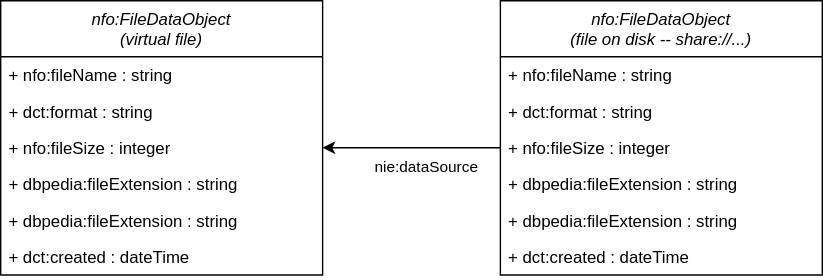
Earlier version of the draw.io export docs/data-model.svg (mu-semtech/file-service). Source tidied: cells renumbered, new cells last; positions are measured from the earlier drawing's top-left corner, leaving out a move shared by most shapes. Its diagram source:
```xml
<mxGraphModel>
  <root>
    <mxCell id="0" />
    <mxCell id="1" parent="0" />
    <mxCell id="2" value="nfo:FileDataObject&#10;(virtual file)" style="swimlane;fontStyle=2;horizontal=1;startSize=40;fillColor=none;" parent="1" vertex="1">
      <mxGeometry width="230" height="196" as="geometry" />
    </mxCell>
    <mxCell id="3" value="+ nfo:fileName : string" style="text;strokeColor=none;fillColor=none;align=left;verticalAlign=top;spacingLeft=4;spacingRight=4;overflow=hidden;" parent="2" vertex="1">
      <mxGeometry y="40" width="230" height="26" as="geometry" />
    </mxCell>
    <mxCell id="4" value="+ dct:format : string" style="text;strokeColor=none;fillColor=none;align=left;verticalAlign=top;spacingLeft=4;spacingRight=4;overflow=hidden;" parent="2" vertex="1">
      <mxGeometry y="66" width="230" height="26" as="geometry" />
    </mxCell>
    <mxCell id="5" value="+ nfo:fileSize : integer" style="text;strokeColor=none;fillColor=none;align=left;verticalAlign=top;spacingLeft=4;spacingRight=4;overflow=hidden;points=[[0,0.5],[1,0.5]];portConstraint=eastwest;" parent="2" vertex="1">
      <mxGeometry y="92" width="230" height="26" as="geometry" />
    </mxCell>
    <mxCell id="6" value="+ dbpedia:fileExtension : string" style="text;strokeColor=none;fillColor=none;align=left;verticalAlign=top;spacingLeft=4;spacingRight=4;overflow=hidden;" parent="2" vertex="1">
      <mxGeometry y="118" width="230" height="26" as="geometry" />
    </mxCell>
    <mxCell id="7" value="+ dbpedia:fileExtension : string" style="text;strokeColor=none;fillColor=none;align=left;verticalAlign=top;spacingLeft=4;spacingRight=4;overflow=hidden;" parent="2" vertex="1">
      <mxGeometry y="144" width="230" height="26" as="geometry" />
    </mxCell>
    <mxCell id="8" value="+ dct:created : dateTime" style="text;strokeColor=none;fillColor=none;align=left;verticalAlign=top;spacingLeft=4;spacingRight=4;overflow=hidden;" parent="2" vertex="1">
      <mxGeometry y="170" width="230" height="26" as="geometry" />
    </mxCell>
    <mxCell id="9" value="nfo:FileDataObject&#10;(file on disk -- share://...)" style="swimlane;fontStyle=2;horizontal=1;startSize=40;fillColor=none;" parent="1" vertex="1">
      <mxGeometry x="357" width="230" height="196" as="geometry" />
    </mxCell>
    <mxCell id="10" value="+ nfo:fileName : string" style="text;strokeColor=none;fillColor=none;align=left;verticalAlign=top;spacingLeft=4;spacingRight=4;overflow=hidden;" parent="9" vertex="1">
      <mxGeometry y="40" width="230" height="26" as="geometry" />
    </mxCell>
    <mxCell id="11" value="+ dct:format : string" style="text;strokeColor=none;fillColor=none;align=left;verticalAlign=top;spacingLeft=4;spacingRight=4;overflow=hidden;" parent="9" vertex="1">
      <mxGeometry y="66" width="230" height="26" as="geometry" />
    </mxCell>
    <mxCell id="12" value="+ nfo:fileSize : integer" style="text;strokeColor=none;fillColor=none;align=left;verticalAlign=top;spacingLeft=4;spacingRight=4;overflow=hidden;points=[[0,0.5],[1,0.5]];portConstraint=eastwest;" parent="9" vertex="1">
      <mxGeometry y="92" width="230" height="26" as="geometry" />
    </mxCell>
    <mxCell id="13" value="+ dbpedia:fileExtension : string" style="text;strokeColor=none;fillColor=none;align=left;verticalAlign=top;spacingLeft=4;spacingRight=4;overflow=hidden;" parent="9" vertex="1">
      <mxGeometry y="118" width="230" height="26" as="geometry" />
    </mxCell>
    <mxCell id="14" value="+ dbpedia:fileExtension : string" style="text;strokeColor=none;fillColor=none;align=left;verticalAlign=top;spacingLeft=4;spacingRight=4;overflow=hidden;" parent="9" vertex="1">
      <mxGeometry y="144" width="230" height="26" as="geometry" />
    </mxCell>
    <mxCell id="15" value="+ dct:created : dateTime" style="text;strokeColor=none;fillColor=none;align=left;verticalAlign=top;spacingLeft=4;spacingRight=4;overflow=hidden;" parent="9" vertex="1">
      <mxGeometry y="170" width="230" height="26" as="geometry" />
    </mxCell>
    <mxCell id="16" style="edgeStyle=orthogonalEdgeStyle;rounded=0;jettySize=auto;html=1;exitX=0;exitY=0.5;exitDx=0;exitDy=0;entryX=1;entryY=0.5;entryDx=0;entryDy=0;" parent="1" edge="1" source="12" target="5">
      <mxGeometry relative="1" as="geometry" />
    </mxCell>
    <mxCell id="17" value="nie:dataSource" style="edgeLabel;html=1;align=center;verticalAlign=middle;" parent="16" vertex="1">
      <mxGeometry x="0.24" y="2" relative="1" as="geometry">
        <mxPoint x="25" y="11" as="offset" />
      </mxGeometry>
    </mxCell>
  </root>
</mxGraphModel>
```
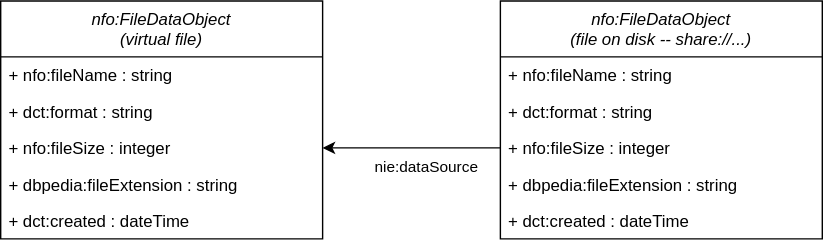
After the commit.

Commit message:
Update data model image

Change to the diagram source:
```diff
@@ -3,7 +3,7 @@
     <mxCell id="0" />
     <mxCell id="1" parent="0" />
     <mxCell id="2" value="nfo:FileDataObject&#10;(virtual file)" style="swimlane;fontStyle=2;horizontal=1;startSize=40;fillColor=none;" parent="1" vertex="1">
-      <mxGeometry width="230" height="196" as="geometry" />
+      <mxGeometry width="230" height="170" as="geometry" />
     </mxCell>
     <mxCell id="3" value="+ nfo:fileName : string" style="text;strokeColor=none;fillColor=none;align=left;verticalAlign=top;spacingLeft=4;spacingRight=4;overflow=hidden;" parent="2" vertex="1">
       <mxGeometry y="40" width="230" height="26" as="geometry" />
@@ -17,14 +17,11 @@
     <mxCell id="6" value="+ dbpedia:fileExtension : string" style="text;strokeColor=none;fillColor=none;align=left;verticalAlign=top;spacingLeft=4;spacingRight=4;overflow=hidden;" parent="2" vertex="1">
       <mxGeometry y="118" width="230" height="26" as="geometry" />
     </mxCell>
-    <mxCell id="7" value="+ dbpedia:fileExtension : string" style="text;strokeColor=none;fillColor=none;align=left;verticalAlign=top;spacingLeft=4;spacingRight=4;overflow=hidden;" parent="2" vertex="1">
-      <mxGeometry y="144" width="230" height="26" as="geometry" />
-    </mxCell>
     <mxCell id="8" value="+ dct:created : dateTime" style="text;strokeColor=none;fillColor=none;align=left;verticalAlign=top;spacingLeft=4;spacingRight=4;overflow=hidden;" parent="2" vertex="1">
-      <mxGeometry y="170" width="230" height="26" as="geometry" />
+      <mxGeometry y="144" width="230" height="26" as="geometry" />
     </mxCell>
     <mxCell id="9" value="nfo:FileDataObject&#10;(file on disk -- share://...)" style="swimlane;fontStyle=2;horizontal=1;startSize=40;fillColor=none;" parent="1" vertex="1">
-      <mxGeometry x="357" width="230" height="196" as="geometry" />
+      <mxGeometry x="357" width="230" height="170" as="geometry" />
     </mxCell>
     <mxCell id="10" value="+ nfo:fileName : string" style="text;strokeColor=none;fillColor=none;align=left;verticalAlign=top;spacingLeft=4;spacingRight=4;overflow=hidden;" parent="9" vertex="1">
       <mxGeometry y="40" width="230" height="26" as="geometry" />
@@ -38,11 +35,8 @@
     <mxCell id="13" value="+ dbpedia:fileExtension : string" style="text;strokeColor=none;fillColor=none;align=left;verticalAlign=top;spacingLeft=4;spacingRight=4;overflow=hidden;" parent="9" vertex="1">
       <mxGeometry y="118" width="230" height="26" as="geometry" />
     </mxCell>
-    <mxCell id="14" value="+ dbpedia:fileExtension : string" style="text;strokeColor=none;fillColor=none;align=left;verticalAlign=top;spacingLeft=4;spacingRight=4;overflow=hidden;" parent="9" vertex="1">
-      <mxGeometry y="144" width="230" height="26" as="geometry" />
-    </mxCell>
     <mxCell id="15" value="+ dct:created : dateTime" style="text;strokeColor=none;fillColor=none;align=left;verticalAlign=top;spacingLeft=4;spacingRight=4;overflow=hidden;" parent="9" vertex="1">
-      <mxGeometry y="170" width="230" height="26" as="geometry" />
+      <mxGeometry y="144" width="230" height="26" as="geometry" />
     </mxCell>
     <mxCell id="16" style="edgeStyle=orthogonalEdgeStyle;rounded=0;jettySize=auto;html=1;exitX=0;exitY=0.5;exitDx=0;exitDy=0;entryX=1;entryY=0.5;entryDx=0;entryDy=0;" parent="1" edge="1" source="12" target="5">
       <mxGeometry relative="1" as="geometry" />
```
